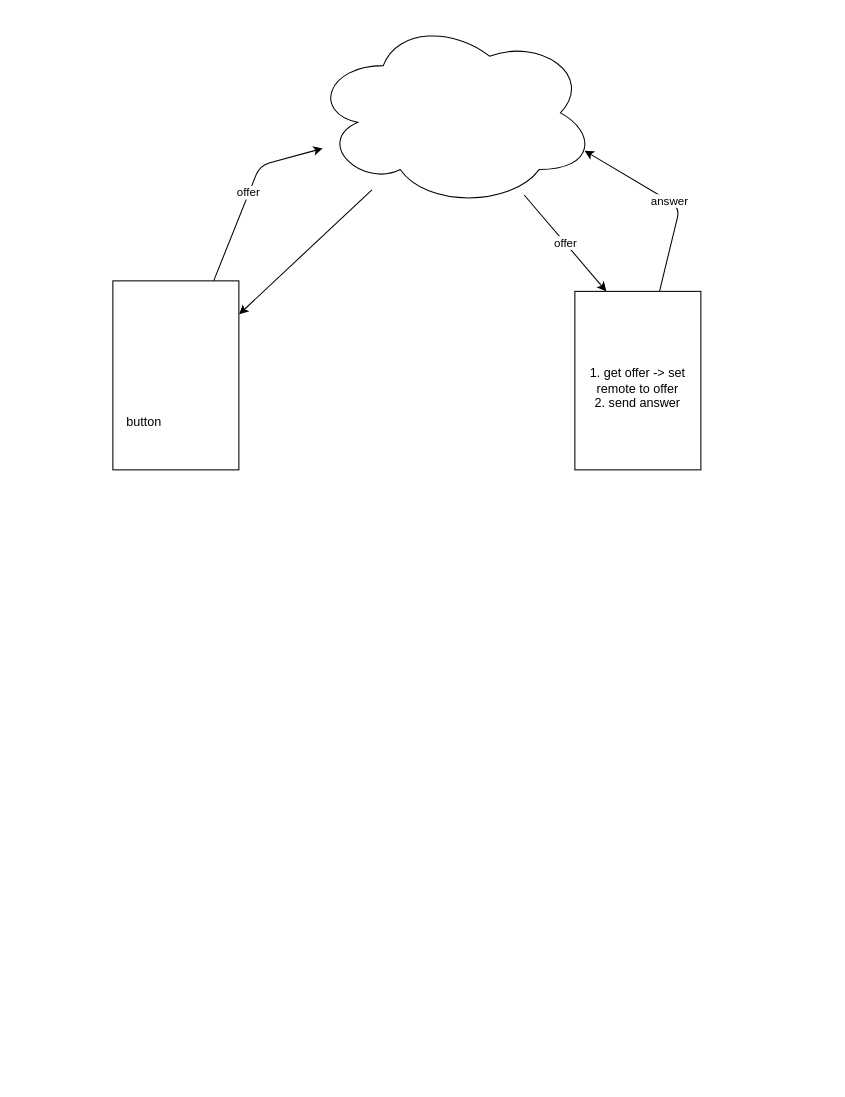
Before: diagrams/answeroffer.drawio in zachrog/you-have-said-enough, a draw.io diagram. Source tidied: cells renumbered, new cells numbered last; positions are measured from the earlier drawing's top-left corner, leaving out a move shared by most shapes. Both pictures are drawn from the tidied source at 105%, with x=0, y=0 at pixel (112, 18).
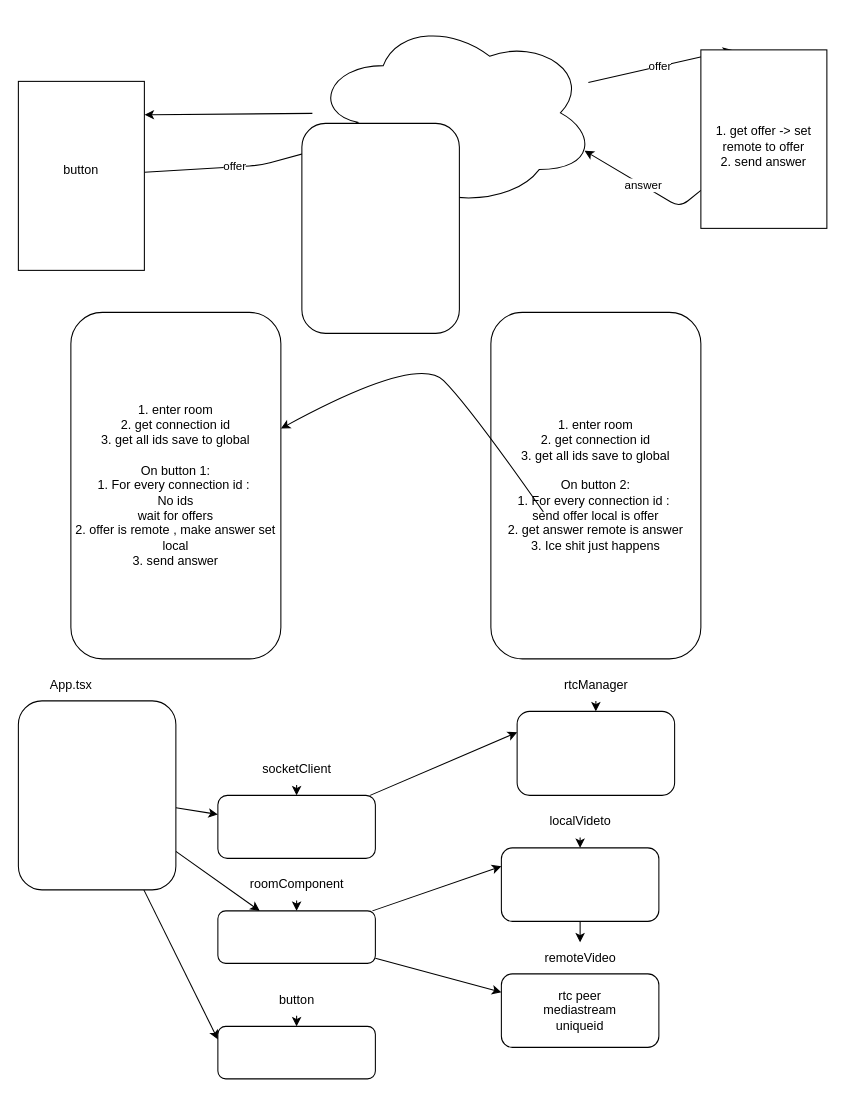
Above is the later version.

Commit message (it also covers changes not shown here):
we got a chat room, pretty nice, no automatic rendering?

Change to the diagram source:
```diff
@@
     <mxCell id="3" style="rounded=0;whiteSpace=wrap;html=1;" parent="1" vertex="1">
-      <mxGeometry y="250" width="120" height="180" as="geometry" />
+      <mxGeometry x="-90" y="60" width="120" height="180" as="geometry" />
     </mxCell>
@@
     <mxCell id="7" value="button" style="text;html=1;strokeColor=none;fillColor=none;align=center;verticalAlign=middle;whiteSpace=wrap;rounded=0;" parent="1" vertex="1">
-      <mxGeometry y="370" width="60" height="30" as="geometry" />
+      <mxGeometry x="-60" y="130" width="60" height="30" as="geometry" />
     </mxCell>
@@
     <mxCell id="9" value="&lt;br&gt;1. get offer -&amp;gt; set remote to offer&lt;br&gt;2. send answer" style="rounded=0;whiteSpace=wrap;html=1;" parent="1" vertex="1">
-      <mxGeometry x="440" y="260" width="120" height="170" as="geometry" />
+      <mxGeometry x="560" y="30" width="120" height="170" as="geometry" />
     </mxCell>
+    <mxCell id="10" value="1. enter room&lt;br&gt;2. get connection id&lt;br&gt;3. get all ids save to global&lt;br&gt;&lt;br&gt;On button 1:&lt;br&gt;1. For every connection id :&amp;nbsp;&lt;br&gt;No ids&lt;br&gt;wait for offers&lt;br&gt;2. offer is remote , make answer set local&lt;br&gt;3. send answer" style="rounded=1;whiteSpace=wrap;html=1;" parent="1" vertex="1">
+      <mxGeometry x="-40" y="280" width="200" height="330" as="geometry" />
+    </mxCell>
+    <mxCell id="11" style="rounded=1;whiteSpace=wrap;html=1;" parent="1" vertex="1">
+      <mxGeometry x="180" y="100" width="150" height="200" as="geometry" />
+    </mxCell>
+    <mxCell id="12" value="1. enter room&lt;br&gt;2. get connection id&lt;br&gt;3. get all ids save to global&lt;br&gt;&lt;br&gt;On button 2:&lt;br&gt;1. For every connection id :&amp;nbsp;&lt;br&gt;send offer local is offer&lt;br&gt;2. get answer remote is answer&lt;br&gt;3. Ice shit just happens" style="rounded=1;whiteSpace=wrap;html=1;" parent="1" vertex="1">
+      <mxGeometry x="360" y="280" width="200" height="330" as="geometry" />
+    </mxCell>
+    <mxCell id="13" style="curved=1;endArrow=classic;html=1;exitX=0.25;exitY=0.576;exitDx=0;exitDy=0;exitPerimeter=0;" parent="1" edge="1" source="12" target="10">
+      <mxGeometry relative="1" as="geometry">
+        <Array as="points">
+          <mxPoint x="340" y="370" />
+          <mxPoint x="290" y="320" />
+        </Array>
+      </mxGeometry>
+    </mxCell>
+    <mxCell id="14" style="edgeStyle=none;html=1;" parent="1" edge="1" source="17" target="21">
+      <mxGeometry relative="1" as="geometry" />
+    </mxCell>
+    <mxCell id="15" style="edgeStyle=none;html=1;" parent="1" edge="1" source="17" target="26">
+      <mxGeometry relative="1" as="geometry" />
+    </mxCell>
+    <mxCell id="16" style="edgeStyle=none;html=1;entryX=0;entryY=0.25;entryDx=0;entryDy=0;" parent="1" edge="1" source="17" target="39">
+      <mxGeometry relative="1" as="geometry" />
+    </mxCell>
+    <mxCell id="17" style="rounded=1;whiteSpace=wrap;html=1;" parent="1" vertex="1">
+      <mxGeometry x="-90" y="650" width="150" height="180" as="geometry" />
+    </mxCell>
+    <mxCell id="18" style="edgeStyle=none;html=1;" parent="1" edge="1" source="19" target="17">
+      <mxGeometry relative="1" as="geometry" />
+    </mxCell>
+    <mxCell id="19" value="App.tsx" style="text;html=1;align=center;verticalAlign=middle;points=[];strokeColor=none;fillColor=none;" parent="1" vertex="1">
+      <mxGeometry x="-70" y="620" width="60" height="30" as="geometry" />
+    </mxCell>
+    <mxCell id="20" style="edgeStyle=none;html=1;entryX=0;entryY=0.25;entryDx=0;entryDy=0;" parent="1" edge="1" source="21" target="36">
+      <mxGeometry relative="1" as="geometry" />
+    </mxCell>
+    <mxCell id="21" style="rounded=1;whiteSpace=wrap;html=1;" parent="1" vertex="1">
+      <mxGeometry x="100" y="740" width="150" height="60" as="geometry" />
+    </mxCell>
+    <mxCell id="22" style="edgeStyle=none;html=1;" parent="1" edge="1" source="23" target="21">
+      <mxGeometry relative="1" as="geometry" />
+    </mxCell>
+    <mxCell id="23" value="socketClient" style="text;html=1;align=center;verticalAlign=middle;points=[];strokeColor=none;fillColor=none;" parent="1" vertex="1">
+      <mxGeometry x="130" y="700" width="90" height="30" as="geometry" />
+    </mxCell>
+    <mxCell id="24" style="edgeStyle=none;html=1;entryX=0;entryY=0.25;entryDx=0;entryDy=0;" parent="1" edge="1" source="26" target="30">
+      <mxGeometry relative="1" as="geometry" />
+    </mxCell>
+    <mxCell id="25" style="edgeStyle=none;html=1;entryX=0;entryY=0.25;entryDx=0;entryDy=0;" parent="1" edge="1" source="26" target="33">
+      <mxGeometry relative="1" as="geometry" />
+    </mxCell>
+    <mxCell id="26" style="rounded=1;whiteSpace=wrap;html=1;" parent="1" vertex="1">
+      <mxGeometry x="100" y="850" width="150" height="50" as="geometry" />
+    </mxCell>
+    <mxCell id="27" style="edgeStyle=none;html=1;" parent="1" edge="1" source="28" target="26">
+      <mxGeometry relative="1" as="geometry" />
+    </mxCell>
+    <mxCell id="28" value="roomComponent" style="text;html=1;align=center;verticalAlign=middle;points=[];strokeColor=none;fillColor=none;" parent="1" vertex="1">
+      <mxGeometry x="120" y="810" width="110" height="30" as="geometry" />
+    </mxCell>
+    <mxCell id="29" style="edgeStyle=none;html=1;" parent="1" edge="1" source="30" target="35">
+      <mxGeometry relative="1" as="geometry" />
+    </mxCell>
+    <mxCell id="30" style="rounded=1;whiteSpace=wrap;html=1;" parent="1" vertex="1">
+      <mxGeometry x="370" y="790" width="150" height="70" as="geometry" />
+    </mxCell>
+    <mxCell id="31" style="edgeStyle=none;html=1;" parent="1" edge="1" source="32" target="30">
+      <mxGeometry relative="1" as="geometry" />
+    </mxCell>
+    <mxCell id="32" value="localVideto" style="text;html=1;align=center;verticalAlign=middle;points=[];strokeColor=none;fillColor=none;" parent="1" vertex="1">
+      <mxGeometry x="405" y="750" width="80" height="30" as="geometry" />
+    </mxCell>
+    <mxCell id="33" value="rtc peer&lt;br&gt;mediastream&lt;br&gt;uniqueid" style="rounded=1;whiteSpace=wrap;html=1;" parent="1" vertex="1">
+      <mxGeometry x="370" y="910" width="150" height="70" as="geometry" />
+    </mxCell>
+    <mxCell id="34" style="edgeStyle=none;html=1;" parent="1" edge="1" source="35" target="33">
+      <mxGeometry relative="1" as="geometry" />
+    </mxCell>
+    <mxCell id="35" value="remoteVideo" style="text;html=1;align=center;verticalAlign=middle;points=[];strokeColor=none;fillColor=none;" parent="1" vertex="1">
+      <mxGeometry x="400" y="880" width="90" height="30" as="geometry" />
+    </mxCell>
+    <mxCell id="36" style="rounded=1;whiteSpace=wrap;html=1;" parent="1" vertex="1">
+      <mxGeometry x="385" y="660" width="150" height="80" as="geometry" />
+    </mxCell>
+    <mxCell id="37" style="edgeStyle=none;html=1;" parent="1" edge="1" source="38" target="36">
+      <mxGeometry relative="1" as="geometry" />
+    </mxCell>
+    <mxCell id="38" value="rtcManager" style="text;html=1;align=center;verticalAlign=middle;points=[];strokeColor=none;fillColor=none;" parent="1" vertex="1">
+      <mxGeometry x="420" y="620" width="80" height="30" as="geometry" />
+    </mxCell>
+    <mxCell id="39" style="rounded=1;whiteSpace=wrap;html=1;" parent="1" vertex="1">
+      <mxGeometry x="100" y="960" width="150" height="50" as="geometry" />
+    </mxCell>
+    <mxCell id="40" style="edgeStyle=none;html=1;" parent="1" edge="1" source="41" target="39">
+      <mxGeometry relative="1" as="geometry" />
+    </mxCell>
+    <mxCell id="41" value="button" style="text;html=1;align=center;verticalAlign=middle;points=[];strokeColor=none;fillColor=none;" parent="1" vertex="1">
+      <mxGeometry x="145" y="920" width="60" height="30" as="geometry" />
+    </mxCell>
```
